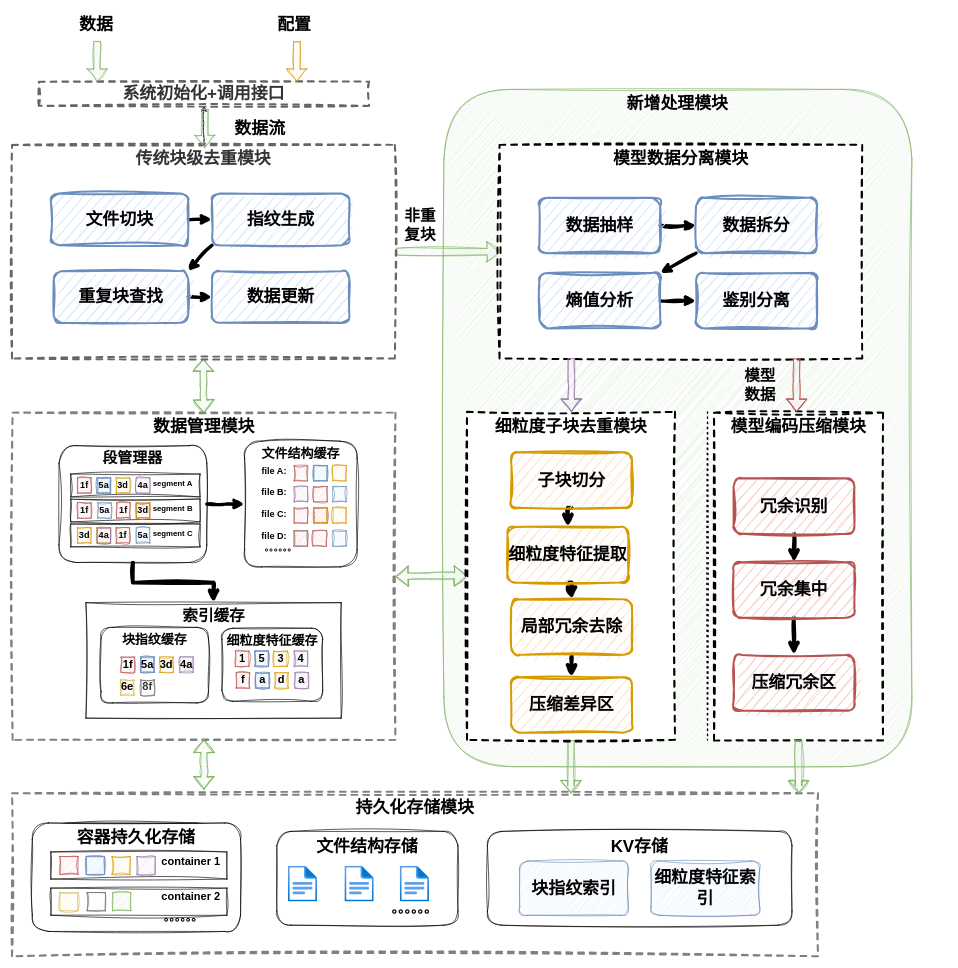
The draw.io diagram figures/0304细粒度冗余识别的数据缩减系统总体架构.drawio in lucky6six/SJTU-lz, before the edit. Source tidied: cells renumbered, new cells numbered last; positions are measured from the earlier drawing's top-left corner, leaving out a move shared by most shapes. Both pictures are drawn from the tidied source at 65%, with x=0, y=0 at pixel (12, 11).
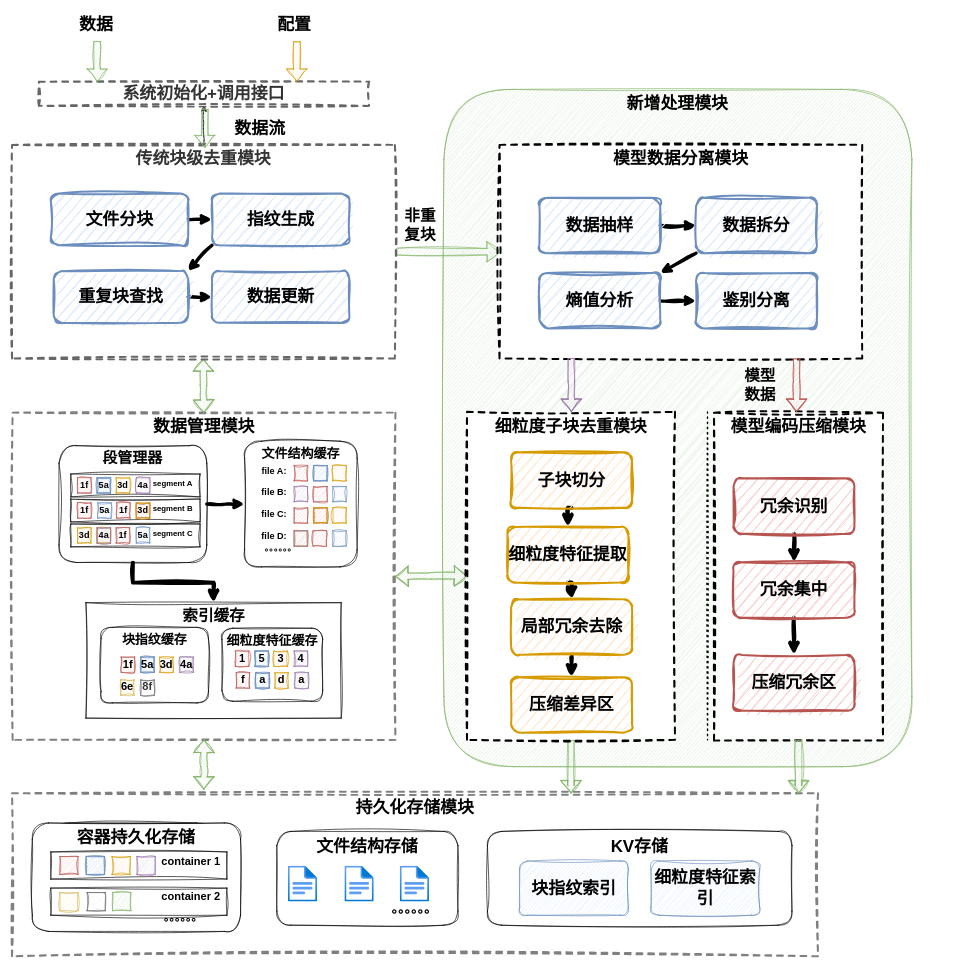
The same page after the edit.

Unchanged cells that the change refers to:
```xml
<mxCell id="2" style="group;sketch=1;curveFitting=1;jiggle=2;" parent="1" vertex="1">
  <mxGeometry width="1438.3" height="1453.8" as="geometry" />
</mxCell>
```

What changed in the source:
```diff
@@
-    <mxCell id="80" value="文件切块" style="rounded=1;whiteSpace=wrap;html=1;fillColor=#dae8fc;strokeColor=#6c8ebf;fillStyle=auto;strokeWidth=3;fontSize=26;fontStyle=1;sketch=1;curveFitting=1;jiggle=2;" parent="2" vertex="1">
+    <mxCell id="80" value="文件分块" style="rounded=1;whiteSpace=wrap;html=1;fillColor=#dae8fc;strokeColor=#6c8ebf;fillStyle=auto;strokeWidth=3;fontSize=26;fontStyle=1;sketch=1;curveFitting=1;jiggle=2;" parent="2" vertex="1">
       <mxGeometry x="59.7" y="280.3" width="211.2" height="79.5" as="geometry" />
     </mxCell>
```
